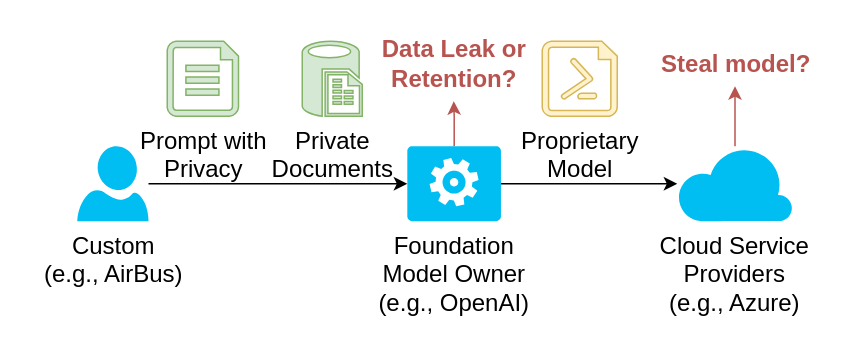
Earlier version of the draw.io diagram page "threeparties" (3 of 4) of ConfidentialComputing/confAI_current.drawio (ya0guang/researches). Source tidied: cells renumbered, new cells numbered last; positions are measured from the earlier drawing's top-left corner, leaving out a move shared by most shapes. Both pictures are drawn from the tidied source at 150%, with x=0, y=0 at pixel (76, 26).
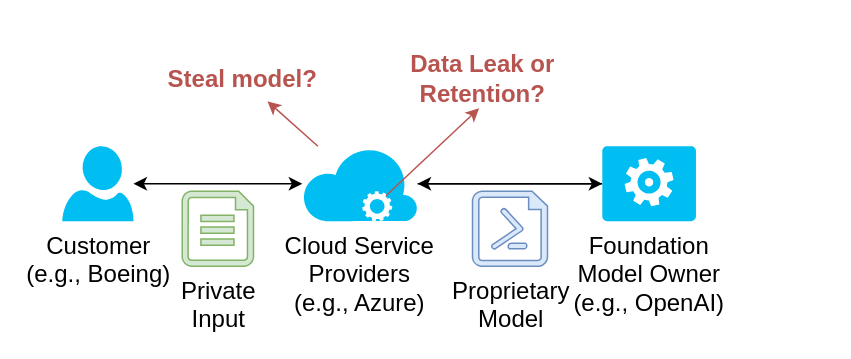
The same page after the edit.

What changed in the source:
```diff
@@
 <mxGraphModel>
   <root>
     <mxCell id="0" />
     <mxCell id="1" parent="0" />
-    <mxCell id="2" style="edgeStyle=orthogonalEdgeStyle;rounded=0;jettySize=auto;html=1;fillColor=#f8cecc;strokeColor=#b85450;" parent="1" edge="1" source="3" target="13">
-      <mxGeometry relative="1" as="geometry" />
-    </mxCell>
     <mxCell id="3" value="&lt;font style=&quot;font-size: 16px;&quot;&gt;Cloud Service&lt;br&gt;Providers&lt;br&gt;(e.g., Azure)&lt;/font&gt;" style="verticalLabelPosition=bottom;html=1;verticalAlign=top;align=center;strokeColor=none;fillColor=#00BEF2;shape=mxgraph.azure.cloud;" parent="1" vertex="1">
-      <mxGeometry x="400" y="80" width="76.9" height="50" as="geometry" />
+      <mxGeometry x="150" y="80" width="76.9" height="50" as="geometry" />
     </mxCell>
-    <mxCell id="4" style="rounded=0;jettySize=auto;html=1;" parent="1" edge="1" source="5" target="8">
+    <mxCell id="4" style="rounded=0;jettySize=auto;html=1;" parent="1" edge="1" source="3" target="8">
       <mxGeometry relative="1" as="geometry" />
     </mxCell>
-    <mxCell id="5" value="&lt;font style=&quot;font-size: 16px;&quot;&gt;Custom&lt;br&gt;(e.g., AirBus)&lt;/font&gt;" style="verticalLabelPosition=bottom;html=1;verticalAlign=top;align=center;strokeColor=none;fillColor=#00BEF2;shape=mxgraph.azure.user;" parent="1" vertex="1">
-      <mxGeometry y="80" width="47.5" height="50" as="geometry" />
+    <mxCell id="5" value="&lt;font style=&quot;font-size: 16px;&quot;&gt;Customer&lt;br&gt;(e.g., Boeing)&lt;/font&gt;" style="verticalLabelPosition=bottom;html=1;verticalAlign=top;align=center;strokeColor=none;fillColor=#00BEF2;shape=mxgraph.azure.user;" parent="1" vertex="1">
+      <mxGeometry x="-10" y="80" width="47.5" height="50" as="geometry" />
     </mxCell>
     <mxCell id="6" style="rounded=0;jettySize=auto;html=1;" parent="1" edge="1" source="8" target="3">
       <mxGeometry relative="1" as="geometry" />
     </mxCell>
-    <mxCell id="7" style="edgeStyle=orthogonalEdgeStyle;rounded=0;jettySize=auto;html=1;fillColor=#f8cecc;strokeColor=#b85450;" parent="1" edge="1" source="8">
-      <mxGeometry relative="1" as="geometry">
-        <mxPoint x="251" y="50" as="targetPoint" />
-      </mxGeometry>
-    </mxCell>
-    <mxCell id="8" value="&lt;span style=&quot;font-size: 16px;&quot;&gt;Foundation&lt;br&gt;Model Owner&lt;br&gt;(e.g., OpenAI)&lt;/span&gt;" style="verticalLabelPosition=bottom;html=1;verticalAlign=top;align=center;strokeColor=none;fillColor=#00BEF2;shape=mxgraph.azure.worker_role;" parent="1" vertex="1">
-      <mxGeometry x="220" y="80" width="62.5" height="50" as="geometry" />
-    </mxCell>
-    <mxCell id="9" value="&lt;font style=&quot;font-size: 16px;&quot;&gt;Proprietary&lt;br&gt;Model&lt;/font&gt;" style="verticalLabelPosition=bottom;html=1;verticalAlign=top;align=center;strokeColor=#d6b656;fillColor=#fff2cc;shape=mxgraph.azure.powershell_file;" parent="1" vertex="1">
-      <mxGeometry x="310" y="10" width="50" height="50" as="geometry" />
+    <mxCell id="9" value="&lt;font style=&quot;font-size: 16px;&quot;&gt;Proprietary&lt;br&gt;Model&lt;/font&gt;" style="verticalLabelPosition=bottom;html=1;verticalAlign=top;align=center;strokeColor=#6c8ebf;fillColor=#dae8fc;shape=mxgraph.azure.powershell_file;" parent="1" vertex="1">
+      <mxGeometry x="263.5" y="110" width="50" height="50" as="geometry" />
     </mxCell>
-    <mxCell id="10" value="&lt;font style=&quot;font-size: 16px;&quot;&gt;Private&lt;br&gt;Documents&lt;/font&gt;" style="verticalLabelPosition=bottom;html=1;verticalAlign=top;align=center;strokeColor=#82b366;fillColor=#d5e8d4;shape=mxgraph.azure.sql_reporting;" parent="1" vertex="1">
-      <mxGeometry x="150" y="10" width="40" height="50" as="geometry" />
-    </mxCell>
-    <mxCell id="11" value="&lt;font style=&quot;font-size: 16px;&quot;&gt;Prompt with&lt;br&gt;Privacy&lt;/font&gt;" style="verticalLabelPosition=bottom;html=1;verticalAlign=top;align=center;strokeColor=#82b366;fillColor=#d5e8d4;shape=mxgraph.azure.file;" parent="1" vertex="1">
-      <mxGeometry x="60" y="10" width="47.5" height="50" as="geometry" />
+    <mxCell id="11" value="&lt;span style=&quot;font-size: 16px;&quot;&gt;Private&lt;br&gt;Input&lt;/span&gt;" style="verticalLabelPosition=bottom;html=1;verticalAlign=top;align=center;strokeColor=#82b366;fillColor=#d5e8d4;shape=mxgraph.azure.file;" parent="1" vertex="1">
+      <mxGeometry x="70" y="110" width="47.5" height="50" as="geometry" />
     </mxCell>
     <mxCell id="12" value="&lt;font color=&quot;#b85450&quot; style=&quot;font-size: 16px;&quot;&gt;&lt;b&gt;Data Leak or&lt;br&gt;Retention?&lt;/b&gt;&lt;/font&gt;" style="text;html=1;align=center;verticalAlign=middle;points=[];strokeColor=none;fillColor=none;" parent="1" vertex="1">
-      <mxGeometry x="191.2" width="120" height="50" as="geometry" />
+      <mxGeometry x="210" y="10" width="120" height="50" as="geometry" />
     </mxCell>
     <mxCell id="13" value="&lt;font color=&quot;#b85450&quot;&gt;&lt;span style=&quot;font-size: 16px;&quot;&gt;&lt;b&gt;Steal model?&lt;br&gt;&lt;/b&gt;&lt;/span&gt;&lt;/font&gt;" style="text;html=1;align=center;verticalAlign=middle;points=[];strokeColor=none;fillColor=none;" parent="1" vertex="1">
-      <mxGeometry x="378.5" y="10" width="120" height="30" as="geometry" />
+      <mxGeometry x="50" y="20" width="120" height="30" as="geometry" />
     </mxCell>
+    <mxCell id="14" style="rounded=0;jettySize=auto;html=1;startArrow=classic;startFill=1;" parent="1" edge="1" source="5" target="3">
+      <mxGeometry relative="1" as="geometry" />
+    </mxCell>
+    <mxCell id="2" style="rounded=0;jettySize=auto;html=1;fillColor=#f8cecc;strokeColor=#b85450;" parent="1" edge="1" source="3" target="13">
+      <mxGeometry relative="1" as="geometry" />
+    </mxCell>
+    <mxCell id="8" value="&lt;span style=&quot;font-size: 16px;&quot;&gt;Foundation&lt;br&gt;Model Owner&lt;br&gt;(e.g., OpenAI)&lt;/span&gt;" style="verticalLabelPosition=bottom;html=1;verticalAlign=top;align=center;strokeColor=none;fillColor=#00BEF2;shape=mxgraph.azure.worker_role;" parent="1" vertex="1">
+      <mxGeometry x="350" y="80" width="62.5" height="50" as="geometry" />
+    </mxCell>
+    <mxCell id="15" style="rounded=0;jettySize=auto;html=1;entryX=0.483;entryY=0.893;entryDx=0;entryDy=0;entryPerimeter=0;fillColor=#f8cecc;strokeColor=#b85450;exitX=0.7;exitY=0.233;exitDx=0;exitDy=0;exitPerimeter=0;" parent="1" edge="1" source="16" target="12">
+      <mxGeometry relative="1" as="geometry" />
+    </mxCell>
+    <mxCell id="16" style="sketch=0;html=1;strokeColor=none;shadow=0;fillColor=#FFFFFF;verticalAlign=top;labelPosition=center;verticalLabelPosition=bottom;shape=mxgraph.gcp2.gear;" parent="1" vertex="1">
+      <mxGeometry x="190" y="110" width="20" height="20" as="geometry" />
+    </mxCell>
   </root>
 </mxGraphModel>
```
